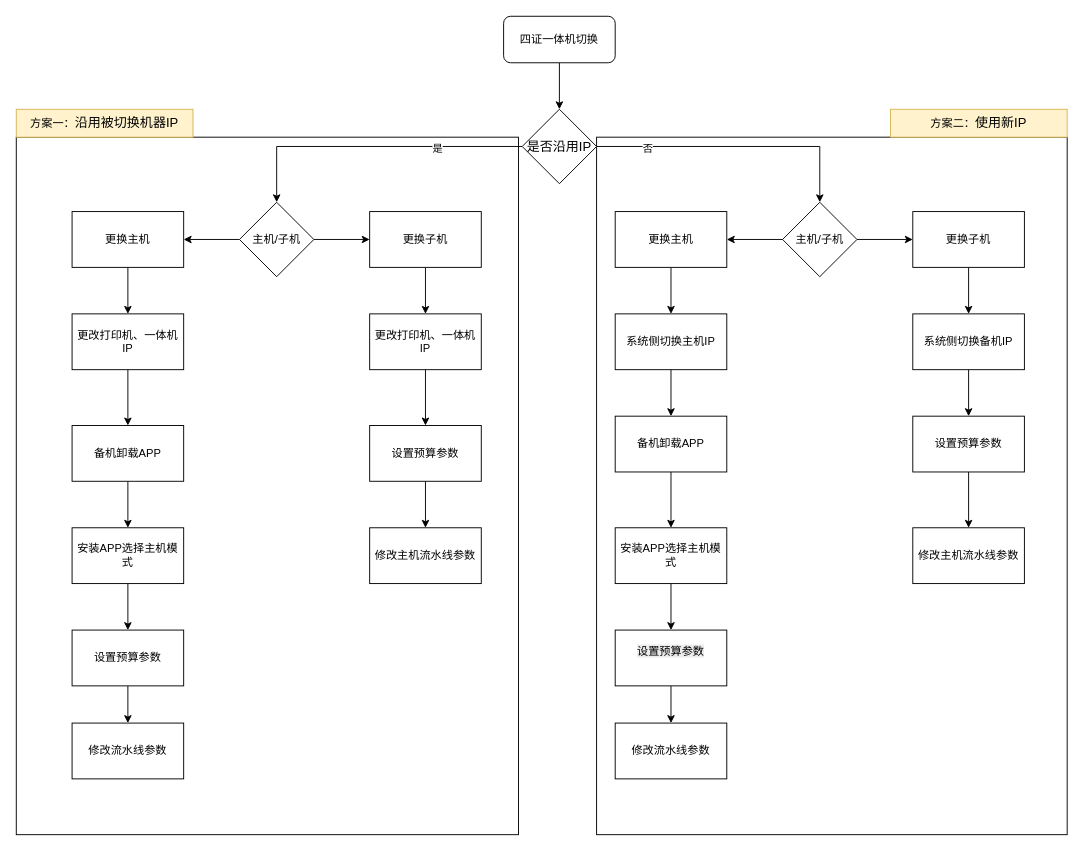
The draw.io diagram page "第 2 页" (2 of 3) of 未命名绘图.drawio in fgh2894/fgh2894.github.io, before the edit. Source tidied: cells renumbered, new cells numbered last; positions are measured from the earlier drawing's top-left corner, leaving out a move shared by most shapes. Both pictures are drawn from the tidied source at 93%, with x=0, y=0 at pixel (16, 16).
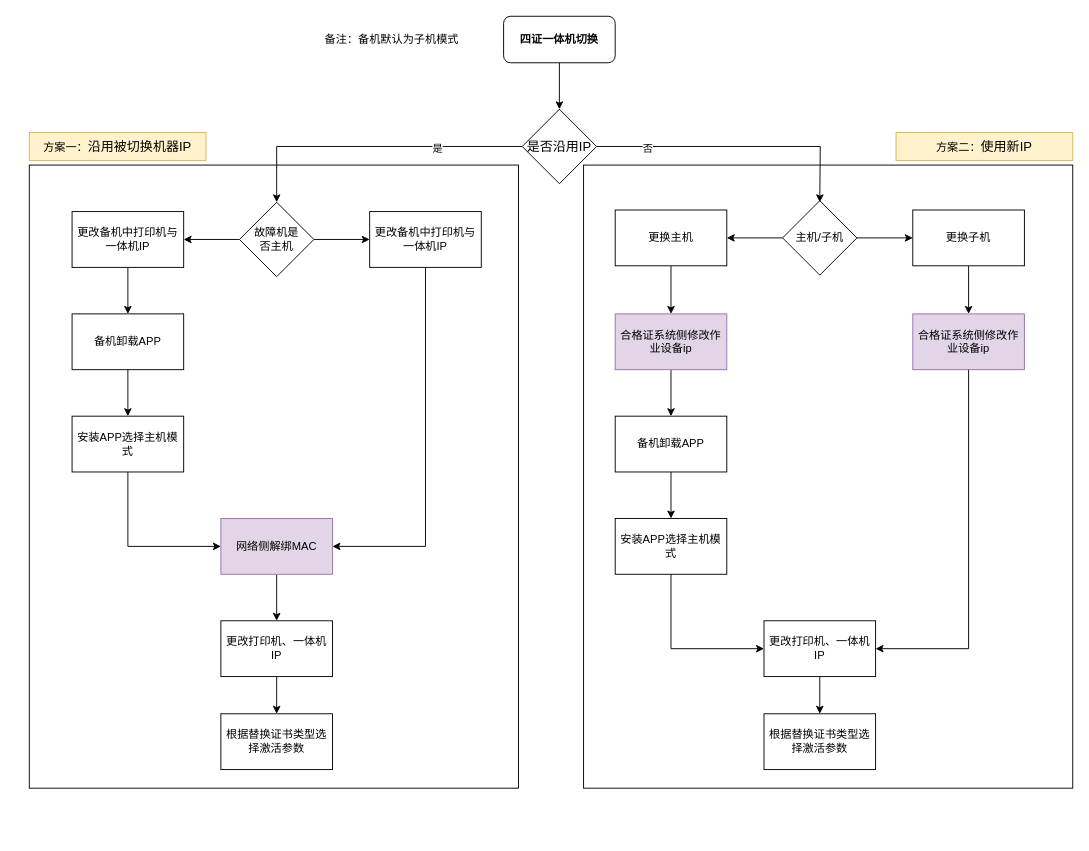
The same page after the edit.

Commit message:
更新未命名绘图.drawio

Unchanged cells that the change refers to:
```xml
<mxCell id="8" value="&lt;p class=&quot;MsoNormal&quot;&gt;&lt;span style=&quot;mso-spacerun:'yes';font-family:宋体;mso-ascii-font-family:Calibri;&lt;br/&gt;mso-hansi-font-family:Calibri;mso-bidi-font-family:'Times New Roman';font-size:10.5000pt;&lt;br/&gt;mso-font-kerning:1.0000pt;&quot;&gt;&lt;font face=&quot;宋体&quot;&gt;是否沿用&lt;/font&gt;&lt;font face=&quot;Calibri&quot;&gt;IP&lt;/font&gt;&lt;/span&gt;&lt;/p&gt;" style="rhombus;whiteSpace=wrap;html=1;" parent="1" vertex="1">
  <mxGeometry x="544" y="100" width="80" height="80" as="geometry" />
</mxCell>
<mxCell id="36" value="备机卸载APP" style="whiteSpace=wrap;html=1;" parent="1" vertex="1">
  <mxGeometry x="644" y="430" width="120" height="60" as="geometry" />
</mxCell>
```

What changed in the source:
```diff
@@
-    <mxCell id="2" style="rounded=0;whiteSpace=wrap;html=1;" parent="1" vertex="1">
-      <mxGeometry x="624" y="130" width="506" height="750" as="geometry" />
-    </mxCell>
-    <mxCell id="3" style="rounded=0;whiteSpace=wrap;html=1;" parent="1" vertex="1">
-      <mxGeometry y="130" width="540" height="750" as="geometry" />
-    </mxCell>
+    <mxCell id="56" style="rounded=0;whiteSpace=wrap;html=1;" parent="1" vertex="1">
+      <mxGeometry x="610" y="160" width="526" height="670" as="geometry" />
+    </mxCell>
+    <mxCell id="57" style="rounded=0;whiteSpace=wrap;html=1;" parent="1" vertex="1">
+      <mxGeometry x="14" y="160" width="526" height="670" as="geometry" />
+    </mxCell>
@@
-    <mxCell id="6" style="edgeStyle=orthogonalEdgeStyle;rounded=0;jettySize=auto;html=1;" parent="1" edge="1" source="8" target="16">
-      <mxGeometry relative="1" as="geometry" />
+    <mxCell id="6" style="edgeStyle=orthogonalEdgeStyle;rounded=0;jettySize=auto;html=1;" parent="1" edge="1" source="8">
+      <mxGeometry relative="1" as="geometry">
+        <mxPoint x="864" y="200" as="targetPoint" />
+      </mxGeometry>
     </mxCell>
@@
-    <mxCell id="10" value="四证一体机切换" style="rounded=1;whiteSpace=wrap;html=1;" parent="1" vertex="1">
+    <mxCell id="10" value="四证一体机切换" style="rounded=1;whiteSpace=wrap;html=1;fontStyle=1;" parent="1" vertex="1">
       <mxGeometry x="524" width="120" height="50" as="geometry" />
     </mxCell>
@@
-    <mxCell id="13" value="主机/子机" style="rhombus;whiteSpace=wrap;html=1;" parent="1" vertex="1">
+    <mxCell id="13" value="故障机是&lt;div&gt;否主机&lt;/div&gt;" style="rhombus;whiteSpace=wrap;html=1;" parent="1" vertex="1">
       <mxGeometry x="240" y="200" width="80" height="80" as="geometry" />
     </mxCell>
+    <mxCell id="58" style="edgeStyle=orthogonalEdgeStyle;rounded=0;jettySize=auto;html=1;" parent="1" edge="1" source="18" target="24">
+      <mxGeometry relative="1" as="geometry" />
+    </mxCell>
+    <mxCell id="18" value="更改备机中打印机与一体机IP" style="whiteSpace=wrap;html=1;" parent="1" vertex="1">
+      <mxGeometry x="60" y="210" width="120" height="60" as="geometry" />
+    </mxCell>
+    <mxCell id="20" value="更改备机中打印机与一体机IP" style="whiteSpace=wrap;html=1;" parent="1" vertex="1">
+      <mxGeometry x="380" y="210" width="120" height="60" as="geometry" />
+    </mxCell>
+    <mxCell id="59" style="edgeStyle=orthogonalEdgeStyle;rounded=0;jettySize=auto;html=1;" parent="1" edge="1" source="22" target="28">
+      <mxGeometry relative="1" as="geometry" />
+    </mxCell>
+    <mxCell id="22" value="网络侧解绑MAC" style="whiteSpace=wrap;html=1;fillColor=#e1d5e7;strokeColor=#9673a6;" parent="1" vertex="1">
+      <mxGeometry x="220" y="540" width="120" height="60" as="geometry" />
+    </mxCell>
+    <mxCell id="23" style="edgeStyle=orthogonalEdgeStyle;rounded=0;jettySize=auto;html=1;" parent="1" edge="1" source="24" target="26">
+      <mxGeometry relative="1" as="geometry" />
+    </mxCell>
+    <mxCell id="24" value="备机卸载APP" style="whiteSpace=wrap;html=1;" parent="1" vertex="1">
+      <mxGeometry x="60" y="320" width="120" height="60" as="geometry" />
+    </mxCell>
+    <mxCell id="26" value="安装APP选择主机模式" style="whiteSpace=wrap;html=1;" parent="1" vertex="1">
+      <mxGeometry x="60" y="430" width="120" height="60" as="geometry" />
+    </mxCell>
+    <mxCell id="60" style="edgeStyle=orthogonalEdgeStyle;rounded=0;jettySize=auto;html=1;" parent="1" edge="1" source="28" target="74">
+      <mxGeometry relative="1" as="geometry" />
+    </mxCell>
+    <mxCell id="28" value="更改打印机、一体机IP" style="whiteSpace=wrap;html=1;" parent="1" vertex="1">
+      <mxGeometry x="220" y="650" width="120" height="60" as="geometry" />
+    </mxCell>
+    <mxCell id="53" style="edgeStyle=orthogonalEdgeStyle;rounded=0;orthogonalLoop=1;jettySize=auto;html=1;exitX=0.5;exitY=1;exitDx=0;exitDy=0;" parent="1" edge="1" source="28" target="28">
+      <mxGeometry relative="1" as="geometry" />
+    </mxCell>
+    <mxCell id="54" value="方案一：&lt;font style=&quot;font-family: 宋体; font-size: 10.5pt; background-color: transparent; color: light-dark(rgb(0, 0, 0), rgb(255, 255, 255));&quot; face=&quot;宋体&quot;&gt;沿用被切换机器&lt;/font&gt;&lt;font style=&quot;font-size: 10.5pt; background-color: transparent; color: light-dark(rgb(0, 0, 0), rgb(255, 255, 255));&quot; face=&quot;Calibri&quot;&gt;IP&lt;/font&gt;" style="text;html=1;align=center;verticalAlign=middle;whiteSpace=wrap;rounded=0;fillColor=#fff2cc;strokeColor=#d6b656;" parent="1" vertex="1">
+      <mxGeometry x="14" y="125" width="190" height="30" as="geometry" />
+    </mxCell>
+    <mxCell id="55" value="方案二：&lt;font face=&quot;宋体&quot;&gt;&lt;span style=&quot;font-size: 14px;&quot;&gt;使用新IP&lt;/span&gt;&lt;/font&gt;" style="text;html=1;align=center;verticalAlign=middle;whiteSpace=wrap;rounded=0;fillColor=#fff2cc;strokeColor=#d6b656;" parent="1" vertex="1">
+      <mxGeometry x="946" y="125" width="190" height="30" as="geometry" />
+    </mxCell>
+    <mxCell id="61" value="备注：备机默认为子机模式" style="text;html=1;align=center;verticalAlign=middle;whiteSpace=wrap;rounded=0;" parent="1" vertex="1">
+      <mxGeometry x="284" y="10" width="240" height="30" as="geometry" />
+    </mxCell>
+    <mxCell id="62" style="endArrow=classic;html=1;rounded=0;exitX=0.5;exitY=1;exitDx=0;exitDy=0;entryX=0;entryY=0.5;entryDx=0;entryDy=0;" parent="1" edge="1" source="26" target="22">
+      <mxGeometry relative="1" as="geometry">
+        <Array as="points">
+          <mxPoint x="120" y="570" />
+        </Array>
+      </mxGeometry>
+    </mxCell>
+    <mxCell id="63" style="endArrow=classic;html=1;rounded=0;exitX=0.5;exitY=1;exitDx=0;exitDy=0;entryX=1;entryY=0.5;entryDx=0;entryDy=0;" parent="1" edge="1" source="20" target="22">
+      <mxGeometry relative="1" as="geometry">
+        <Array as="points">
+          <mxPoint x="440" y="570" />
+        </Array>
+      </mxGeometry>
+    </mxCell>
@@
     <mxCell id="16" value="主机/子机" style="rhombus;whiteSpace=wrap;html=1;" parent="1" vertex="1">
-      <mxGeometry x="824" y="200" width="80" height="80" as="geometry" />
+      <mxGeometry x="824" y="198.3" width="80" height="80" as="geometry" />
     </mxCell>
-    <mxCell id="17" style="edgeStyle=orthogonalEdgeStyle;rounded=0;jettySize=auto;html=1;" parent="1" edge="1" source="18" target="22">
-      <mxGeometry relative="1" as="geometry" />
-    </mxCell>
-    <mxCell id="18" value="更换主机" style="whiteSpace=wrap;html=1;" parent="1" vertex="1">
-      <mxGeometry x="60" y="210" width="120" height="60" as="geometry" />
-    </mxCell>
-    <mxCell id="19" style="edgeStyle=orthogonalEdgeStyle;rounded=0;jettySize=auto;html=1;" parent="1" edge="1" source="20" target="30">
-      <mxGeometry relative="1" as="geometry" />
-    </mxCell>
-    <mxCell id="20" value="更换子机" style="whiteSpace=wrap;html=1;" parent="1" vertex="1">
-      <mxGeometry x="380" y="210" width="120" height="60" as="geometry" />
-    </mxCell>
-    <mxCell id="21" style="edgeStyle=orthogonalEdgeStyle;rounded=0;jettySize=auto;html=1;" parent="1" edge="1" source="22" target="24">
-      <mxGeometry relative="1" as="geometry" />
-    </mxCell>
-    <mxCell id="22" value="更改打印机、一体机IP" style="whiteSpace=wrap;html=1;" parent="1" vertex="1">
-      <mxGeometry x="60" y="320" width="120" height="60" as="geometry" />
-    </mxCell>
-    <mxCell id="23" style="edgeStyle=orthogonalEdgeStyle;rounded=0;jettySize=auto;html=1;" parent="1" edge="1" source="24" target="26">
-      <mxGeometry relative="1" as="geometry" />
-    </mxCell>
-    <mxCell id="24" value="备机卸载APP" style="whiteSpace=wrap;html=1;" parent="1" vertex="1">
-      <mxGeometry x="60" y="440" width="120" height="60" as="geometry" />
-    </mxCell>
-    <mxCell id="25" style="edgeStyle=orthogonalEdgeStyle;rounded=0;jettySize=auto;html=1;" parent="1" edge="1" source="26" target="28">
-      <mxGeometry relative="1" as="geometry" />
-    </mxCell>
-    <mxCell id="26" value="安装APP选择主机模式" style="whiteSpace=wrap;html=1;" parent="1" vertex="1">
-      <mxGeometry x="60" y="550" width="120" height="60" as="geometry" />
-    </mxCell>
-    <mxCell id="27" style="edgeStyle=orthogonalEdgeStyle;rounded=0;jettySize=auto;html=1;" parent="1" edge="1" source="28" target="45">
-      <mxGeometry relative="1" as="geometry" />
-    </mxCell>
-    <mxCell id="28" value="设置预算参数" style="whiteSpace=wrap;html=1;" parent="1" vertex="1">
-      <mxGeometry x="60" y="660" width="120" height="60" as="geometry" />
-    </mxCell>
-    <mxCell id="29" style="edgeStyle=orthogonalEdgeStyle;rounded=0;jettySize=auto;html=1;" parent="1" edge="1" source="30" target="32">
-      <mxGeometry relative="1" as="geometry" />
-    </mxCell>
+    <mxCell id="64" style="edgeStyle=orthogonalEdgeStyle;rounded=0;jettySize=auto;html=1;" parent="1" edge="1" source="50" target="70">
+      <mxGeometry relative="1" as="geometry" />
+    </mxCell>
+    <mxCell id="50" value="更换主机" style="whiteSpace=wrap;html=1;" parent="1" vertex="1">
+      <mxGeometry x="644" y="208.3" width="120" height="60" as="geometry" />
+    </mxCell>
+    <mxCell id="65" style="edgeStyle=orthogonalEdgeStyle;rounded=0;jettySize=auto;html=1;" parent="1" edge="1" source="52" target="71">
+      <mxGeometry relative="1" as="geometry" />
+    </mxCell>
+    <mxCell id="52" value="更换子机" style="whiteSpace=wrap;html=1;" parent="1" vertex="1">
+      <mxGeometry x="964" y="208.3" width="120" height="60" as="geometry" />
+    </mxCell>
+    <mxCell id="66" style="edgeStyle=orthogonalEdgeStyle;rounded=0;jettySize=auto;html=1;" parent="1" edge="1" source="30" target="67">
+      <mxGeometry relative="1" as="geometry" />
+    </mxCell>
     <mxCell id="30" value="更改打印机、一体机IP" style="whiteSpace=wrap;html=1;" parent="1" vertex="1">
-      <mxGeometry x="380" y="320" width="120" height="60" as="geometry" />
+      <mxGeometry x="804" y="650" width="120" height="60" as="geometry" />
     </mxCell>
-    <mxCell id="31" style="edgeStyle=orthogonalEdgeStyle;rounded=0;jettySize=auto;html=1;" parent="1" edge="1" source="32" target="46">
-      <mxGeometry relative="1" as="geometry" />
-    </mxCell>
-    <mxCell id="32" value="设置预算参数" style="whiteSpace=wrap;html=1;" parent="1" vertex="1">
-      <mxGeometry x="380" y="440" width="120" height="60" as="geometry" />
-    </mxCell>
-    <mxCell id="33" style="edgeStyle=orthogonalEdgeStyle;rounded=0;jettySize=auto;html=1;" parent="1" edge="1" source="34" target="36">
-      <mxGeometry relative="1" as="geometry" />
-    </mxCell>
-    <mxCell id="34" value="系统侧切换主机IP" style="whiteSpace=wrap;html=1;" parent="1" vertex="1">
-      <mxGeometry x="644" y="320" width="120" height="60" as="geometry" />
-    </mxCell>
@@
-    <mxCell id="37" style="edgeStyle=orthogonalEdgeStyle;rounded=0;jettySize=auto;html=1;" parent="1" edge="1" source="38" target="40">
-      <mxGeometry relative="1" as="geometry" />
-    </mxCell>
     <mxCell id="38" value="安装APP选择主机模式" style="whiteSpace=wrap;html=1;" parent="1" vertex="1">
-      <mxGeometry x="644" y="550" width="120" height="60" as="geometry" />
+      <mxGeometry x="644" y="540" width="120" height="60" as="geometry" />
     </mxCell>
-    <mxCell id="39" style="edgeStyle=orthogonalEdgeStyle;rounded=0;jettySize=auto;html=1;" parent="1" edge="1" source="40" target="47">
-      <mxGeometry relative="1" as="geometry" />
-    </mxCell>
-    <mxCell id="40" value="&#10;&lt;span style=&quot;color: rgb(0, 0, 0); font-family: Helvetica; font-size: 12px; font-style: normal; font-variant-ligatures: normal; font-variant-caps: normal; font-weight: 400; letter-spacing: normal; orphans: 2; text-align: center; text-indent: 0px; text-transform: none; widows: 2; word-spacing: 0px; -webkit-text-stroke-width: 0px; white-space: normal; background-color: rgb(236, 236, 236); text-decoration-thickness: initial; text-decoration-style: initial; text-decoration-color: initial; display: inline !important; float: none;&quot;&gt;设置预算参数&lt;/span&gt;&#10;&#10;" style="whiteSpace=wrap;html=1;" parent="1" vertex="1">
-      <mxGeometry x="644" y="660" width="120" height="60" as="geometry" />
-    </mxCell>
-    <mxCell id="41" style="edgeStyle=orthogonalEdgeStyle;rounded=0;jettySize=auto;html=1;" parent="1" edge="1" source="42" target="44">
-      <mxGeometry relative="1" as="geometry" />
-    </mxCell>
-    <mxCell id="42" value="系统侧切换备机IP" style="whiteSpace=wrap;html=1;" parent="1" vertex="1">
-      <mxGeometry x="964" y="320" width="120" height="60" as="geometry" />
-    </mxCell>
-    <mxCell id="43" style="edgeStyle=orthogonalEdgeStyle;rounded=0;jettySize=auto;html=1;" parent="1" edge="1" source="44" target="48">
-      <mxGeometry relative="1" as="geometry" />
-    </mxCell>
-    <mxCell id="44" value="设置预算参数" style="whiteSpace=wrap;html=1;" parent="1" vertex="1">
-      <mxGeometry x="964" y="430" width="120" height="60" as="geometry" />
-    </mxCell>
-    <mxCell id="45" value="修改流水线参数" style="whiteSpace=wrap;html=1;" parent="1" vertex="1">
-      <mxGeometry x="60" y="760" width="120" height="60" as="geometry" />
-    </mxCell>
-    <mxCell id="46" value="修改主机流水线参数" style="whiteSpace=wrap;html=1;" parent="1" vertex="1">
-      <mxGeometry x="380" y="550" width="120" height="60" as="geometry" />
-    </mxCell>
-    <mxCell id="47" value="修改流水线参数" style="whiteSpace=wrap;html=1;" parent="1" vertex="1">
-      <mxGeometry x="644" y="760" width="120" height="60" as="geometry" />
-    </mxCell>
-    <mxCell id="48" value="修改主机流水线参数" style="whiteSpace=wrap;html=1;" parent="1" vertex="1">
-      <mxGeometry x="964" y="550" width="120" height="60" as="geometry" />
-    </mxCell>
-    <mxCell id="49" style="edgeStyle=orthogonalEdgeStyle;rounded=0;jettySize=auto;html=1;" parent="1" edge="1" source="50" target="34">
-      <mxGeometry relative="1" as="geometry" />
-    </mxCell>
-    <mxCell id="50" value="更换主机" style="whiteSpace=wrap;html=1;" parent="1" vertex="1">
-      <mxGeometry x="644" y="210" width="120" height="60" as="geometry" />
-    </mxCell>
-    <mxCell id="51" style="edgeStyle=orthogonalEdgeStyle;rounded=0;jettySize=auto;html=1;" parent="1" edge="1" source="52" target="42">
-      <mxGeometry relative="1" as="geometry" />
-    </mxCell>
-    <mxCell id="52" value="更换子机" style="whiteSpace=wrap;html=1;" parent="1" vertex="1">
-      <mxGeometry x="964" y="210" width="120" height="60" as="geometry" />
-    </mxCell>
-    <mxCell id="53" style="edgeStyle=orthogonalEdgeStyle;rounded=0;orthogonalLoop=1;jettySize=auto;html=1;exitX=0.5;exitY=1;exitDx=0;exitDy=0;" parent="1" edge="1" source="28" target="28">
-      <mxGeometry relative="1" as="geometry" />
-    </mxCell>
-    <mxCell id="54" value="方案一：&lt;font style=&quot;font-family: 宋体; font-size: 10.5pt; background-color: transparent; color: light-dark(rgb(0, 0, 0), rgb(255, 255, 255));&quot; face=&quot;宋体&quot;&gt;沿用被切换机器&lt;/font&gt;&lt;font style=&quot;font-size: 10.5pt; background-color: transparent; color: light-dark(rgb(0, 0, 0), rgb(255, 255, 255));&quot; face=&quot;Calibri&quot;&gt;IP&lt;/font&gt;" style="text;html=1;align=center;verticalAlign=middle;whiteSpace=wrap;rounded=0;fillColor=#fff2cc;strokeColor=#d6b656;" parent="1" vertex="1">
-      <mxGeometry y="100" width="190" height="30" as="geometry" />
-    </mxCell>
-    <mxCell id="55" value="方案二：&lt;font face=&quot;宋体&quot;&gt;&lt;span style=&quot;font-size: 14px;&quot;&gt;使用新IP&lt;/span&gt;&lt;/font&gt;" style="text;html=1;align=center;verticalAlign=middle;whiteSpace=wrap;rounded=0;fillColor=#fff2cc;strokeColor=#d6b656;" parent="1" vertex="1">
-      <mxGeometry x="940" y="100" width="190" height="30" as="geometry" />
-    </mxCell>
+    <mxCell id="67" value="根据替换证书类型选择激活参数" style="whiteSpace=wrap;html=1;" parent="1" vertex="1">
+      <mxGeometry x="804" y="750" width="120" height="60" as="geometry" />
+    </mxCell>
+    <mxCell id="68" style="edgeStyle=orthogonalEdgeStyle;rounded=0;orthogonalLoop=1;jettySize=auto;html=1;exitX=0.5;exitY=1;exitDx=0;exitDy=0;" parent="1" edge="1" source="67" target="67">
+      <mxGeometry relative="1" as="geometry" />
+    </mxCell>
+    <mxCell id="69" style="edgeStyle=orthogonalEdgeStyle;rounded=0;jettySize=auto;html=1;" parent="1" edge="1" source="70" target="36">
+      <mxGeometry relative="1" as="geometry" />
+    </mxCell>
+    <mxCell id="70" value="合格证系统侧修改作业设备ip" style="rounded=0;whiteSpace=wrap;html=1;fillColor=#e1d5e7;strokeColor=#9673a6;" parent="1" vertex="1">
+      <mxGeometry x="644" y="320" width="120" height="60" as="geometry" />
+    </mxCell>
+    <mxCell id="71" value="合格证系统侧修改作业设备ip" style="rounded=0;whiteSpace=wrap;html=1;fillColor=#e1d5e7;strokeColor=#9673a6;" parent="1" vertex="1">
+      <mxGeometry x="964" y="320" width="120" height="60" as="geometry" />
+    </mxCell>
+    <mxCell id="72" style="endArrow=classic;html=1;rounded=0;exitX=0.5;exitY=1;exitDx=0;exitDy=0;entryX=0;entryY=0.5;entryDx=0;entryDy=0;" parent="1" edge="1" source="38" target="30">
+      <mxGeometry relative="1" as="geometry">
+        <Array as="points">
+          <mxPoint x="704" y="680" />
+        </Array>
+      </mxGeometry>
+    </mxCell>
+    <mxCell id="73" style="endArrow=classic;html=1;rounded=0;exitX=0.5;exitY=1;exitDx=0;exitDy=0;entryX=1;entryY=0.5;entryDx=0;entryDy=0;" parent="1" edge="1" source="71" target="30">
+      <mxGeometry relative="1" as="geometry">
+        <Array as="points">
+          <mxPoint x="1024" y="680" />
+        </Array>
+      </mxGeometry>
+    </mxCell>
+    <mxCell id="74" value="根据替换证书类型选择激活参数" style="rounded=0;whiteSpace=wrap;html=1;" parent="1" vertex="1">
+      <mxGeometry x="220" y="750" width="120" height="60" as="geometry" />
+    </mxCell>
```
